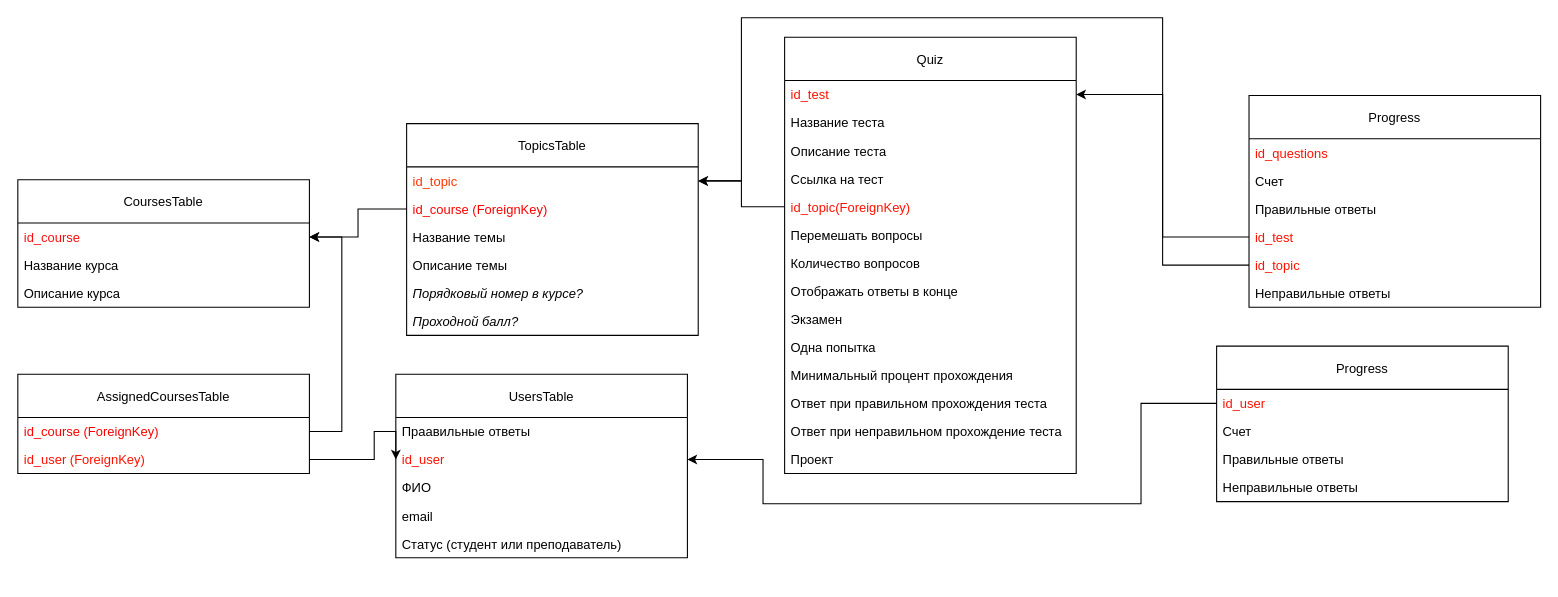
Above: page "DB v.4" (6 of 9) of UML.drawio in FaridunSalimzoda/myvkr (draw.io), before the change. Source tidied: cells renumbered, new cells numbered last; positions are measured from the earlier drawing's top-left corner, leaving out a move shared by most shapes. Both pictures are drawn from the tidied source at 108%, with x=0, y=0 at pixel (17, 17).
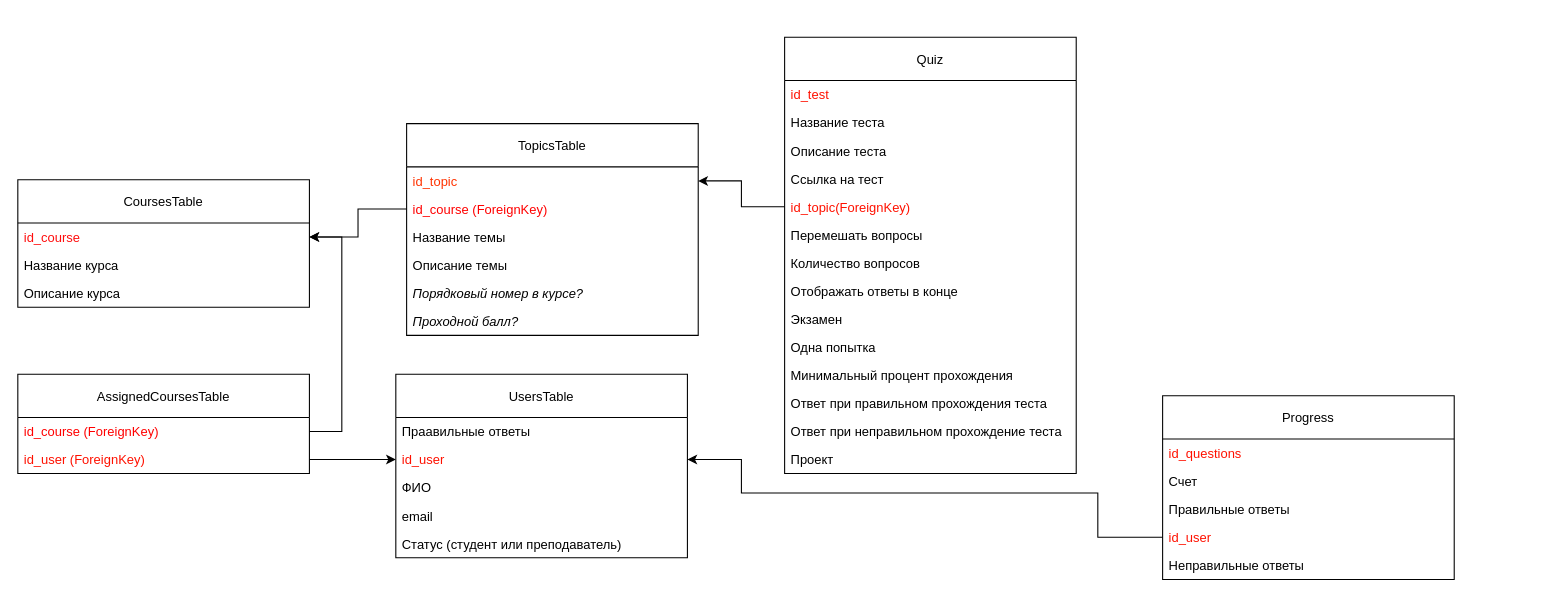
Above is the later version.

The change refers to these unchanged cells:
```xml
<mxCell id="7" value="id_topic" style="text;strokeColor=none;fillColor=none;align=left;verticalAlign=top;spacingLeft=4;spacingRight=4;overflow=hidden;points=[[0,0.5],[1,0.5]];portConstraint=eastwest;fontColor=#FF3300;" parent="6" vertex="1">
  <mxGeometry y="40" width="270" height="26" as="geometry" />
</mxCell>
<mxCell id="15" value="id_user" style="text;strokeColor=none;fillColor=none;align=left;verticalAlign=top;spacingLeft=4;spacingRight=4;overflow=hidden;points=[[0,0.5],[1,0.5]];portConstraint=eastwest;fontColor=#FF1100;" parent="13" vertex="1">
  <mxGeometry y="66" width="270" height="26" as="geometry" />
</mxCell>
<mxCell id="21" value="id_user (ForeignKey)" style="text;strokeColor=none;fillColor=none;align=left;verticalAlign=top;spacingLeft=4;spacingRight=4;overflow=hidden;points=[[0,0.5],[1,0.5]];portConstraint=eastwest;fontColor=#FF1100;" parent="19" vertex="1">
  <mxGeometry y="66" width="270" height="26" as="geometry" />
</mxCell>
<mxCell id="32" value="id_test" style="text;strokeColor=none;fillColor=none;align=left;verticalAlign=top;spacingLeft=4;spacingRight=4;overflow=hidden;points=[[0,0.5],[1,0.5]];portConstraint=eastwest;fontColor=#FF1100;" parent="31" vertex="1">
  <mxGeometry y="40" width="270" height="26" as="geometry" />
</mxCell>
```

The edit, as a diff of the source:
```diff
@@
     <mxCell id="24" style="edgeStyle=orthogonalEdgeStyle;rounded=0;jettySize=auto;html=1;exitX=1;exitY=0.5;exitDx=0;exitDy=0;entryX=0;entryY=0.5;entryDx=0;entryDy=0;fontColor=#FF0000;" parent="1" edge="1" source="21" target="15">
       <mxGeometry relative="1" as="geometry">
         <Array as="points">
-          <mxPoint x="330" y="409" />
-          <mxPoint x="330" y="383" />
+          <mxPoint x="280" y="409" />
+          <mxPoint x="280" y="409" />
         </Array>
       </mxGeometry>
     </mxCell>
-    <mxCell id="25" value="Progress" style="swimlane;fontStyle=0;horizontal=1;startSize=40;fillColor=none;" parent="1" vertex="1">
-      <mxGeometry x="1110" y="304" width="270" height="144" as="geometry" />
-    </mxCell>
-    <mxCell id="26" value="id_user" style="text;strokeColor=none;fillColor=none;align=left;verticalAlign=top;spacingLeft=4;spacingRight=4;overflow=hidden;points=[[0,0.5],[1,0.5]];portConstraint=eastwest;fontColor=#FF1100;" parent="25" vertex="1">
-      <mxGeometry y="40" width="270" height="26" as="geometry" />
-    </mxCell>
-    <mxCell id="27" value="Счет" style="text;strokeColor=none;fillColor=none;align=left;verticalAlign=top;spacingLeft=4;spacingRight=4;overflow=hidden;" parent="25" vertex="1">
-      <mxGeometry y="66" width="270" height="26" as="geometry" />
-    </mxCell>
-    <mxCell id="28" value="Правильные ответы" style="text;strokeColor=none;fillColor=none;align=left;verticalAlign=top;spacingLeft=4;spacingRight=4;overflow=hidden;" parent="25" vertex="1">
-      <mxGeometry y="92" width="270" height="26" as="geometry" />
-    </mxCell>
-    <mxCell id="29" value="Неправильные ответы" style="text;strokeColor=none;fillColor=none;align=left;verticalAlign=top;spacingLeft=4;spacingRight=4;overflow=hidden;" parent="25" vertex="1">
-      <mxGeometry y="118" width="270" height="26" as="geometry" />
-    </mxCell>
-    <mxCell id="30" style="edgeStyle=orthogonalEdgeStyle;rounded=0;jettySize=auto;html=1;exitX=0;exitY=0.5;exitDx=0;exitDy=0;entryX=1;entryY=0.5;entryDx=0;entryDy=0;" parent="1" edge="1" source="26" target="15">
-      <mxGeometry relative="1" as="geometry">
-        <Array as="points">
-          <mxPoint x="1040" y="357" />
-          <mxPoint x="1040" y="450" />
-          <mxPoint x="690" y="450" />
-          <mxPoint x="690" y="409" />
-        </Array>
-      </mxGeometry>
-    </mxCell>
@@
     <mxCell id="47" value="Progress" style="swimlane;fontStyle=0;horizontal=1;startSize=40;fillColor=none;" parent="1" vertex="1">
-      <mxGeometry x="1140" y="72" width="270" height="196" as="geometry" />
+      <mxGeometry x="1060" y="350" width="270" height="170" as="geometry" />
     </mxCell>
@@
-    <mxCell id="51" value="id_test" style="text;strokeColor=none;fillColor=none;align=left;verticalAlign=top;spacingLeft=4;spacingRight=4;overflow=hidden;points=[[0,0.5],[1,0.5]];portConstraint=eastwest;fontColor=#FF1100;" parent="47" vertex="1">
-      <mxGeometry y="118" width="270" height="26" as="geometry" />
-    </mxCell>
-    <mxCell id="52" value="id_topic" style="text;strokeColor=none;fillColor=none;align=left;verticalAlign=top;spacingLeft=4;spacingRight=4;overflow=hidden;points=[[0,0.5],[1,0.5]];portConstraint=eastwest;fontColor=#FF1100;" parent="47" vertex="1">
-      <mxGeometry y="144" width="270" height="26" as="geometry" />
+    <mxCell id="52" value="id_user" style="text;strokeColor=none;fillColor=none;align=left;verticalAlign=top;spacingLeft=4;spacingRight=4;overflow=hidden;points=[[0,0.5],[1,0.5]];portConstraint=eastwest;fontColor=#FF1100;" parent="47" vertex="1">
+      <mxGeometry y="118" width="270" height="26" as="geometry" />
     </mxCell>
     <mxCell id="53" value="Неправильные ответы" style="text;strokeColor=none;fillColor=none;align=left;verticalAlign=top;spacingLeft=4;spacingRight=4;overflow=hidden;" parent="47" vertex="1">
-      <mxGeometry y="170" width="270" height="26" as="geometry" />
+      <mxGeometry y="144" width="270" height="26" as="geometry" />
     </mxCell>
-    <mxCell id="54" style="edgeStyle=orthogonalEdgeStyle;rounded=0;jettySize=auto;html=1;exitX=0;exitY=0.5;exitDx=0;exitDy=0;entryX=1;entryY=0.5;entryDx=0;entryDy=0;" parent="1" edge="1" source="52" target="7">
+    <mxCell id="54" style="edgeStyle=orthogonalEdgeStyle;rounded=0;jettySize=auto;html=1;exitX=0;exitY=0.5;exitDx=0;exitDy=0;entryX=1;entryY=0.5;entryDx=0;entryDy=0;" parent="1" edge="1" source="52" target="15">
       <mxGeometry relative="1" as="geometry">
         <Array as="points">
-          <mxPoint x="1060" y="229" />
-          <mxPoint x="1060" />
-          <mxPoint x="670" />
-          <mxPoint x="670" y="151" />
+          <mxPoint x="1000" y="481" />
+          <mxPoint x="1000" y="440" />
+          <mxPoint x="670" y="440" />
+          <mxPoint x="670" y="409" />
         </Array>
       </mxGeometry>
     </mxCell>
-    <mxCell id="55" style="edgeStyle=orthogonalEdgeStyle;rounded=0;jettySize=auto;html=1;entryX=1;entryY=0.5;entryDx=0;entryDy=0;" parent="1" edge="1" source="51" target="32">
-      <mxGeometry relative="1" as="geometry" />
-    </mxCell>
```
